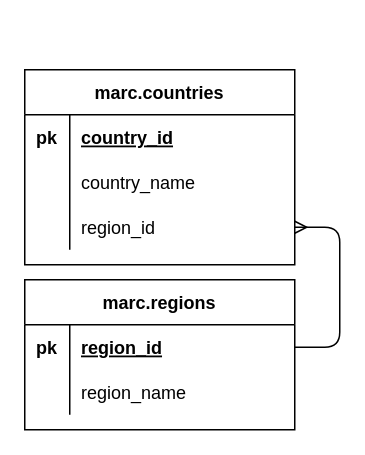
Above: Marc's HR ERD.drawio in MarcNefaa/ERDs_with_draw.io (draw.io), before the change. Source tidied: cells renumbered, new cells numbered last; positions are measured from the earlier drawing's top-left corner, leaving out a move shared by most shapes. Both pictures are drawn from the tidied source at 150%, with x=0, y=0 at pixel (24, 69).
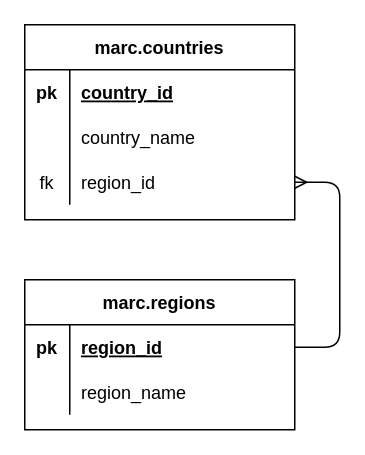
Above is the later version.

Commit message:
added fk to countries table

The edit, as a diff of the source:
```diff
@@
 <mxGraphModel>
   <root>
     <mxCell id="0" />
     <mxCell id="1" parent="0" />
     <mxCell id="2" value="marc.regions" style="shape=table;startSize=30;childLayout=tableLayout;rowLines=0;fontStyle=1;align=center;" parent="1" vertex="1">
       <mxGeometry y="140" width="180" height="100" as="geometry" />
     </mxCell>
     <mxCell id="3" style="shape=partialRectangle;fillColor=none;top=0;left=0;bottom=1;right=0;points=[[0,0.5],[1,0.5]];portConstraint=eastwest;strokeColor=none;" parent="2" vertex="1">
       <mxGeometry y="30" width="180" height="30" as="geometry" />
     </mxCell>
     <mxCell id="4" value="pk" style="shape=partialRectangle;fillColor=none;top=0;left=0;bottom=0;right=0;fontStyle=1;overflow=hidden;" parent="3" vertex="1">
       <mxGeometry width="30" height="30" as="geometry" />
     </mxCell>
     <mxCell id="5" value="region_id" style="shape=partialRectangle;fillColor=none;top=0;left=0;bottom=0;right=0;align=left;spacingLeft=6;fontStyle=5;overflow=hidden;" parent="3" vertex="1">
       <mxGeometry x="30" width="150" height="30" as="geometry" />
     </mxCell>
     <mxCell id="6" style="shape=partialRectangle;fillColor=none;top=0;left=0;bottom=0;right=0;strokeColor=none;" parent="2" vertex="1">
       <mxGeometry y="60" width="180" height="30" as="geometry" />
     </mxCell>
     <mxCell id="7" style="shape=partialRectangle;fillColor=none;top=0;left=0;bottom=0;right=0;overflow=hidden;" parent="6" vertex="1">
       <mxGeometry width="30" height="30" as="geometry" />
     </mxCell>
     <mxCell id="8" value="region_name" style="shape=partialRectangle;fillColor=none;top=0;left=0;bottom=0;right=0;align=left;spacingLeft=6;overflow=hidden;" parent="6" vertex="1">
       <mxGeometry x="30" width="150" height="30" as="geometry" />
     </mxCell>
     <mxCell id="9" value="marc.countries" style="shape=table;startSize=30;childLayout=tableLayout;rowLines=0;fontStyle=1;align=center;strokeColor=#000000;" parent="1" vertex="1">
-      <mxGeometry width="180" height="130" as="geometry" />
+      <mxGeometry y="-30" width="180" height="130" as="geometry" />
     </mxCell>
     <mxCell id="10" style="shape=partialRectangle;fillColor=none;top=0;left=0;bottom=1;right=0;strokeColor=none;" parent="9" vertex="1">
       <mxGeometry y="30" width="180" height="30" as="geometry" />
     </mxCell>
     <mxCell id="11" value="pk" style="shape=partialRectangle;fillColor=none;top=0;left=0;bottom=0;right=0;fontStyle=1;overflow=hidden;" parent="10" vertex="1">
       <mxGeometry width="30" height="30" as="geometry" />
     </mxCell>
     <mxCell id="12" value="country_id" style="shape=partialRectangle;fillColor=none;top=0;left=0;bottom=0;right=0;align=left;spacingLeft=6;fontStyle=5;overflow=hidden;" parent="10" vertex="1">
       <mxGeometry x="30" width="150" height="30" as="geometry" />
     </mxCell>
     <mxCell id="13" style="shape=partialRectangle;fillColor=none;top=0;left=0;bottom=0;right=0;" parent="9" vertex="1">
       <mxGeometry y="60" width="180" height="30" as="geometry" />
     </mxCell>
     <mxCell id="14" style="shape=partialRectangle;fillColor=none;top=0;left=0;bottom=0;right=0;overflow=hidden;" parent="13" vertex="1">
       <mxGeometry width="30" height="30" as="geometry" />
     </mxCell>
     <mxCell id="15" value="country_name" style="shape=partialRectangle;fillColor=none;top=0;left=0;bottom=0;right=0;align=left;spacingLeft=6;overflow=hidden;" parent="13" vertex="1">
       <mxGeometry x="30" width="150" height="30" as="geometry" />
     </mxCell>
     <mxCell id="16" style="shape=partialRectangle;fillColor=none;top=0;left=0;bottom=0;right=0;points=[[0,0.5],[1,0.5]];portConstraint=eastwest;" parent="9" vertex="1">
       <mxGeometry y="90" width="180" height="30" as="geometry" />
     </mxCell>
-    <mxCell id="17" style="shape=partialRectangle;fillColor=none;top=0;left=0;bottom=0;right=0;overflow=hidden;" parent="16" vertex="1">
+    <mxCell id="17" value="fk" style="shape=partialRectangle;fillColor=none;top=0;left=0;bottom=0;right=0;overflow=hidden;" parent="16" vertex="1">
       <mxGeometry width="30" height="30" as="geometry" />
     </mxCell>
     <mxCell id="18" value="region_id" style="shape=partialRectangle;fillColor=none;top=0;left=0;bottom=0;right=0;align=left;spacingLeft=6;overflow=hidden;" parent="16" vertex="1">
       <mxGeometry x="30" width="150" height="30" as="geometry" />
     </mxCell>
     <mxCell id="19" style="edgeStyle=entityRelationEdgeStyle;fontSize=12;html=1;endArrow=ERmany;exitX=1;exitY=0.5;exitDx=0;exitDy=0;entryX=1;entryY=0.5;entryDx=0;entryDy=0;" parent="1" edge="1" source="3" target="16">
       <mxGeometry relative="1" as="geometry" />
     </mxCell>
   </root>
 </mxGraphModel>
```
